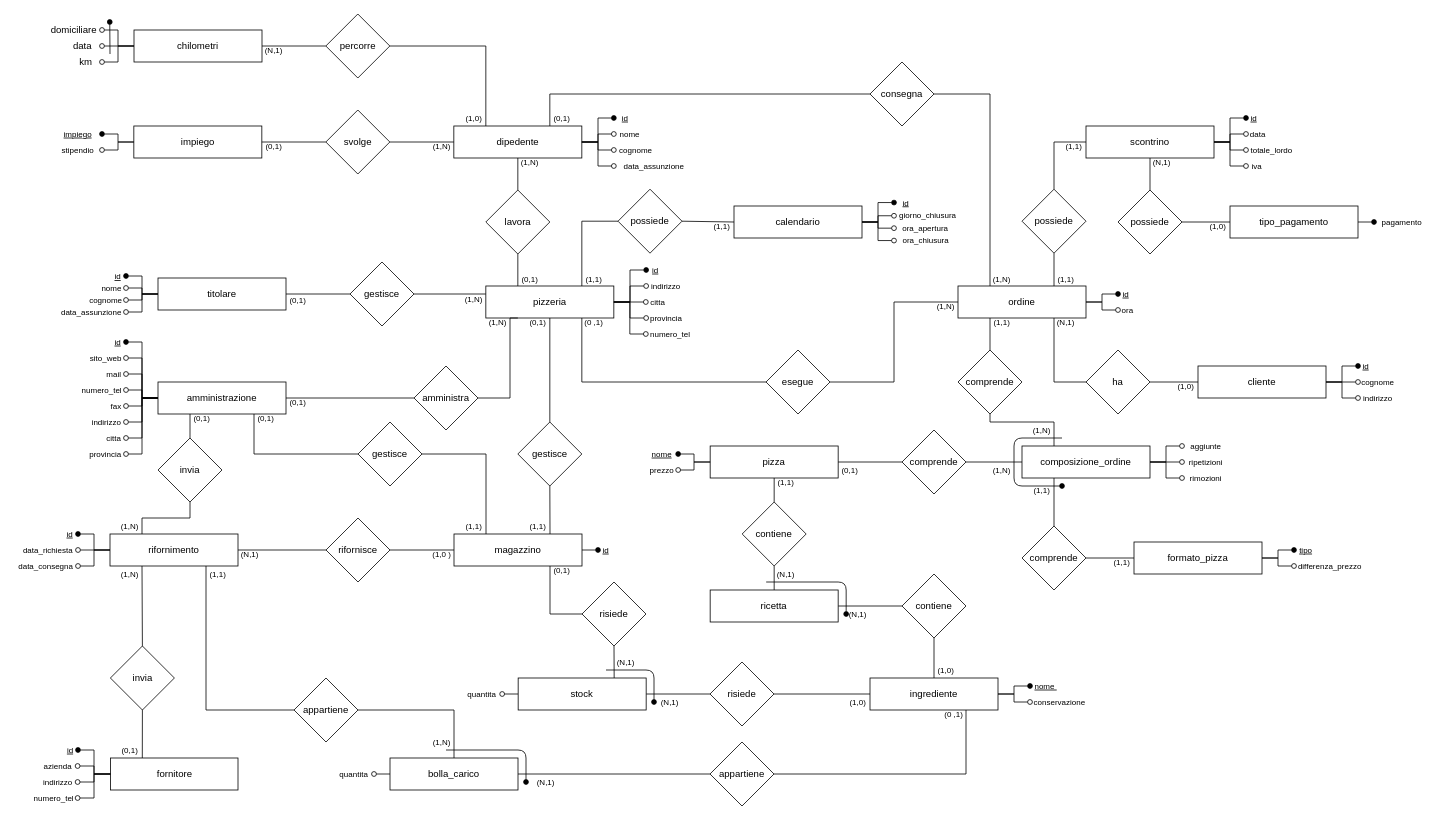
Earlier version of the draw.io diagram Draw/PaduPizzaER-ristrutturato.drawio (NicholasPilotto/PaduPizza). Source tidied: cells renumbered, new cells numbered last; positions are measured from the earlier drawing's top-left corner, leaving out a move shared by most shapes. Both pictures are drawn from the tidied source at 80%, with x=0, y=0 at pixel (14, 14).
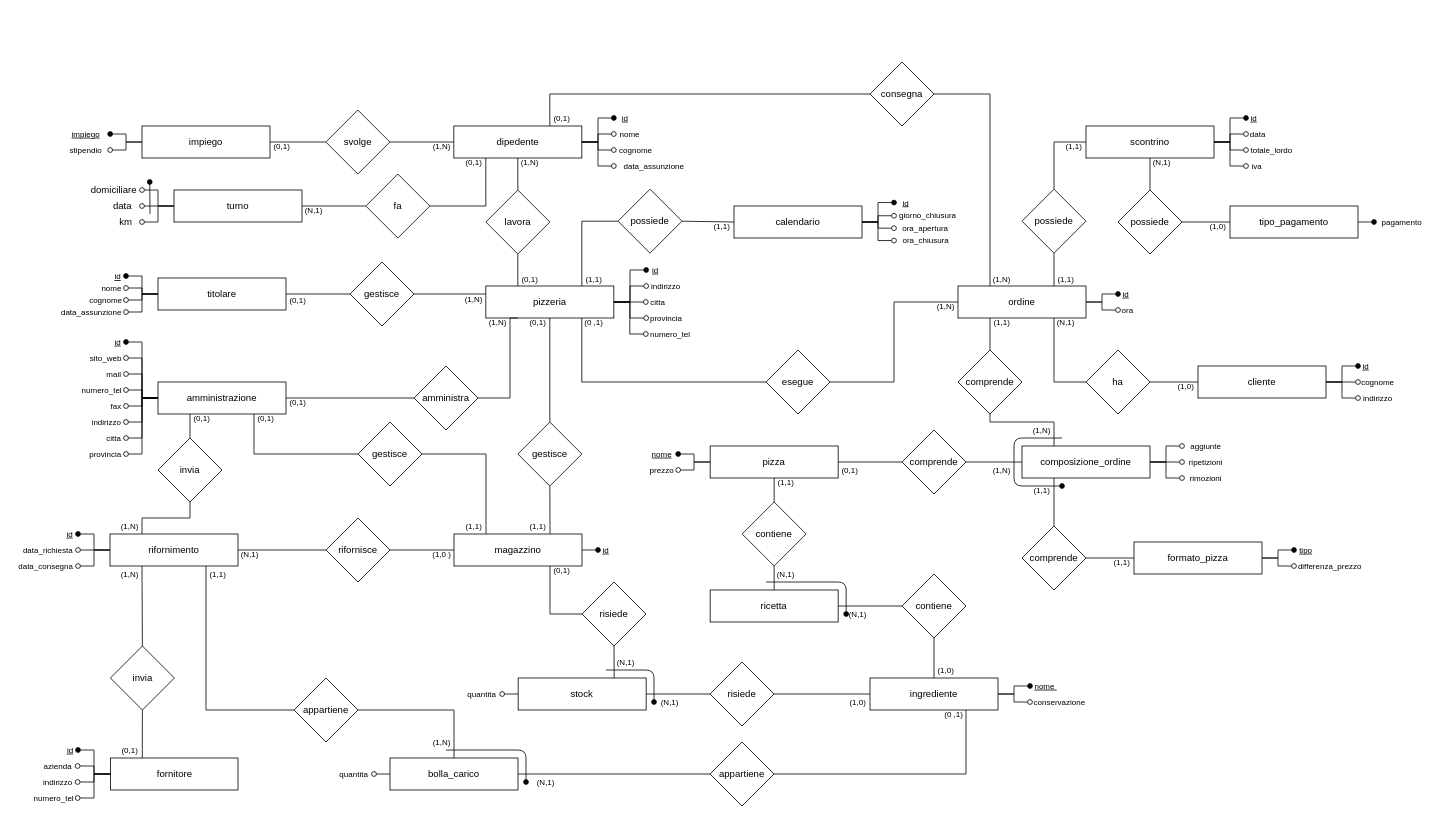
Above is the later version.

The change refers to these unchanged cells:
```xml
<mxCell id="2" value="dipedente" style="whiteSpace=wrap;html=1;align=center;comic=0;noLabel=0;portConstraintRotation=0;rounded=0;glass=0;sketch=0;shadow=0;" parent="1" vertex="1">
  <mxGeometry x="549.8" y="140" width="160" height="40" as="geometry" />
</mxCell>
```

The edit, as a diff of the source:
```diff
@@
     <mxCell id="97" value="impiego" style="whiteSpace=wrap;html=1;align=center;comic=0;noLabel=0;portConstraintRotation=0;rounded=0;glass=0;sketch=0;shadow=0;" parent="1" vertex="1">
-      <mxGeometry x="149.8" y="140" width="160" height="40" as="geometry" />
+      <mxGeometry x="160" y="140" width="160" height="40" as="geometry" />
     </mxCell>
@@
-    <mxCell id="101" value="chilometri" style="whiteSpace=wrap;html=1;align=center;comic=0;noLabel=0;portConstraintRotation=0;rounded=0;glass=0;sketch=0;shadow=0;" parent="1" vertex="1">
-      <mxGeometry x="150" y="20" width="160" height="40" as="geometry" />
+    <mxCell id="101" value="turno" style="whiteSpace=wrap;html=1;align=center;comic=0;noLabel=0;portConstraintRotation=0;rounded=0;glass=0;sketch=0;shadow=0;" parent="1" vertex="1">
+      <mxGeometry x="200" y="220" width="160" height="40" as="geometry" />
     </mxCell>
-    <mxCell id="102" value="percorre" style="rhombus;whiteSpace=wrap;html=1;" parent="1" vertex="1">
-      <mxGeometry x="389.8" width="80" height="80" as="geometry" />
+    <mxCell id="102" value="fa" style="rhombus;whiteSpace=wrap;html=1;" parent="1" vertex="1">
+      <mxGeometry x="439.8" y="200" width="80" height="80" as="geometry" />
     </mxCell>
@@
     <mxCell id="104" value="data&amp;nbsp;" style="text;html=1;strokeColor=none;fillColor=none;align=center;verticalAlign=middle;whiteSpace=wrap;rounded=0;" parent="1" vertex="1">
-      <mxGeometry x="65" y="35" width="45" height="10" as="geometry" />
+      <mxGeometry x="115" y="235" width="45" height="10" as="geometry" />
     </mxCell>
@@
     <mxCell id="106" value="km" style="text;html=1;strokeColor=none;fillColor=none;align=center;verticalAlign=middle;whiteSpace=wrap;rounded=0;" parent="1" vertex="1">
-      <mxGeometry x="70" y="55" width="40" height="10" as="geometry" />
+      <mxGeometry x="120" y="255" width="40" height="10" as="geometry" />
     </mxCell>
@@
     <mxCell id="108" value="domiciliare" style="text;html=1;strokeColor=none;fillColor=none;align=center;verticalAlign=middle;whiteSpace=wrap;rounded=0;" parent="1" vertex="1">
-      <mxGeometry x="40" y="15" width="70" height="10" as="geometry" />
+      <mxGeometry x="90" y="215" width="70" height="10" as="geometry" />
     </mxCell>
     <mxCell id="109" style="endArrow=none;html=1;startArrow=oval;startFill=1;" parent="1" edge="1">
       <mxGeometry relative="1" as="geometry">
-        <mxPoint x="119.7" y="10" as="sourcePoint" />
-        <mxPoint x="120" y="50" as="targetPoint" />
+        <mxPoint x="169.7" y="210" as="sourcePoint" />
+        <mxPoint x="170" y="250" as="targetPoint" />
       </mxGeometry>
     </mxCell>
@@
     <mxCell id="112" value="stipendio" style="text;html=1;strokeColor=none;fillColor=none;align=center;verticalAlign=middle;whiteSpace=wrap;rounded=0;fontSize=10;" parent="1" vertex="1">
-      <mxGeometry x="50" y="165" width="60" height="10" as="geometry" />
+      <mxGeometry x="60.2" y="165" width="60" height="10" as="geometry" />
     </mxCell>
     <mxCell id="113" value="&lt;u style=&quot;font-size: 10px;&quot;&gt;impiego&lt;/u&gt;" style="text;html=1;strokeColor=none;fillColor=none;align=center;verticalAlign=middle;whiteSpace=wrap;rounded=0;fontSize=10;" parent="1" vertex="1">
-      <mxGeometry x="50" y="145" width="60" height="10" as="geometry" />
+      <mxGeometry x="60.2" y="145" width="60" height="10" as="geometry" />
     </mxCell>
@@
-    <mxCell id="135" style="endArrow=none;html=1;entryX=0.25;entryY=0;entryDx=0;entryDy=0;exitX=1;exitY=0.5;exitDx=0;exitDy=0;edgeStyle=elbowEdgeStyle;elbow=vertical;rounded=0;" parent="1" edge="1" source="102" target="2">
+    <mxCell id="135" style="endArrow=none;html=1;entryX=0.25;entryY=1;entryDx=0;entryDy=0;exitX=1;exitY=0.5;exitDx=0;exitDy=0;edgeStyle=elbowEdgeStyle;elbow=vertical;rounded=0;" parent="1" edge="1" source="102" target="2">
       <mxGeometry relative="1" as="geometry">
         <Array as="points">
-          <mxPoint x="520" y="40" />
+          <mxPoint x="560" y="240" />
         </Array>
       </mxGeometry>
     </mxCell>
@@
     <mxCell id="215" value="(N,1)" style="text;html=1;strokeColor=none;fillColor=none;align=center;verticalAlign=middle;whiteSpace=wrap;rounded=0;fontSize=10;" parent="1" vertex="1">
-      <mxGeometry x="310" y="40" width="30" height="10" as="geometry" />
+      <mxGeometry x="360" y="240" width="30" height="10" as="geometry" />
     </mxCell>
-    <mxCell id="216" value="(1,0)" style="text;html=1;strokeColor=none;fillColor=none;align=center;verticalAlign=middle;whiteSpace=wrap;rounded=0;fontSize=10;" parent="1" vertex="1">
-      <mxGeometry x="559.8" y="125" width="30" height="10" as="geometry" />
+    <mxCell id="216" value="(0,1)" style="text;html=1;strokeColor=none;fillColor=none;align=center;verticalAlign=middle;whiteSpace=wrap;rounded=0;fontSize=10;" parent="1" vertex="1">
+      <mxGeometry x="560.2" y="180.2" width="30" height="10" as="geometry" />
     </mxCell>
     <mxCell id="217" value="(0,1)" style="text;html=1;strokeColor=none;fillColor=none;align=center;verticalAlign=middle;whiteSpace=wrap;rounded=0;fontSize=10;" parent="1" vertex="1">
-      <mxGeometry x="309.8" y="160" width="30" height="10" as="geometry" />
+      <mxGeometry x="320" y="160" width="30" height="10" as="geometry" />
     </mxCell>
```
